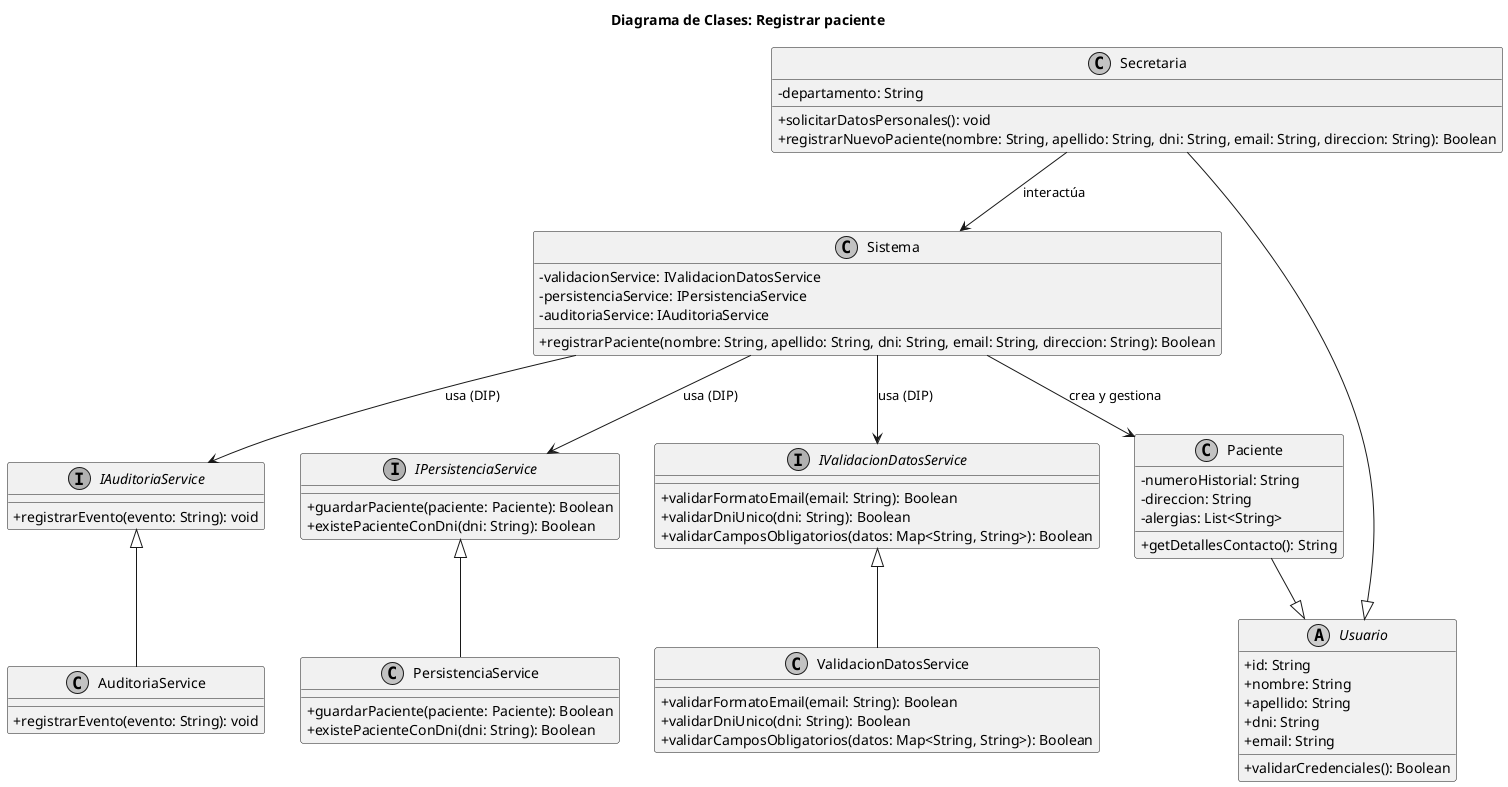
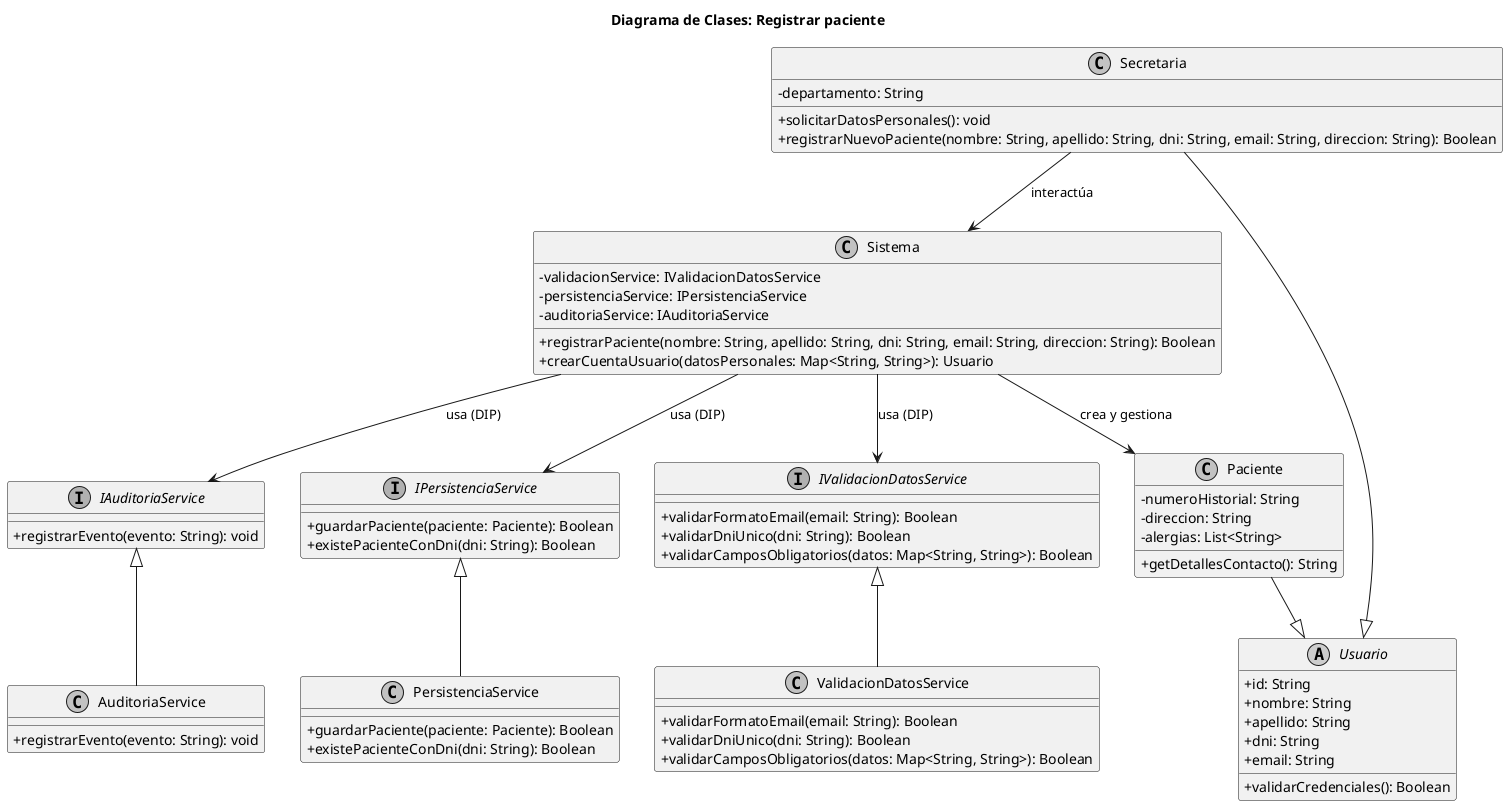
@startuml 03-clases-registrar-paciente-03
title Diagrama de Clases: Registrar paciente

skinparam classAttributeIconSize 0
skinparam monochrome true

abstract class Usuario {
    +id: String
    +nombre: String
    +apellido: String
    +dni: String
    +email: String
    +validarCredenciales(): Boolean
}

class Paciente {
    -numeroHistorial: String
    -direccion: String
    -alergias: List<String>
    +getDetallesContacto(): String
}

class Secretaria {
    -departamento: String
    +solicitarDatosPersonales(): void
    +registrarNuevoPaciente(nombre: String, apellido: String, dni: String, email: String, direccion: String): Boolean
}

interface IValidacionDatosService {
    +validarFormatoEmail(email: String): Boolean
    +validarDniUnico(dni: String): Boolean
    +validarCamposObligatorios(datos: Map<String, String>): Boolean
}

interface IPersistenciaService {
    +guardarPaciente(paciente: Paciente): Boolean
    +existePacienteConDni(dni: String): Boolean
}

interface IAuditoriaService {
    +registrarEvento(evento: String): void
}

class Sistema {
    -validacionService: IValidacionDatosService
    -persistenciaService: IPersistenciaService
    -auditoriaService: IAuditoriaService
    +registrarPaciente(nombre: String, apellido: String, dni: String, email: String, direccion: String): Boolean
+     +crearCuentaUsuario(datosPersonales: Map<String, String>): Usuario
}

class ValidacionDatosService {
    +validarFormatoEmail(email: String): Boolean
    +validarDniUnico(dni: String): Boolean
    +validarCamposObligatorios(datos: Map<String, String>): Boolean
}

class PersistenciaService {
    +guardarPaciente(paciente: Paciente): Boolean
    +existePacienteConDni(dni: String): Boolean
}

class AuditoriaService {
    +registrarEvento(evento: String): void
}

Paciente --|> Usuario
Secretaria --|> Usuario

Sistema --> IValidacionDatosService : usa (DIP)
Sistema --> IPersistenciaService : usa (DIP)
Sistema --> IAuditoriaService : usa (DIP)

ValidacionDatosService -up-|> IValidacionDatosService
PersistenciaService -up-|> IPersistenciaService
AuditoriaService -up-|> IAuditoriaService

Sistema --> Paciente : crea y gestiona
Secretaria --> Sistema : interactúa
- @enduml
- 
+ @enduml